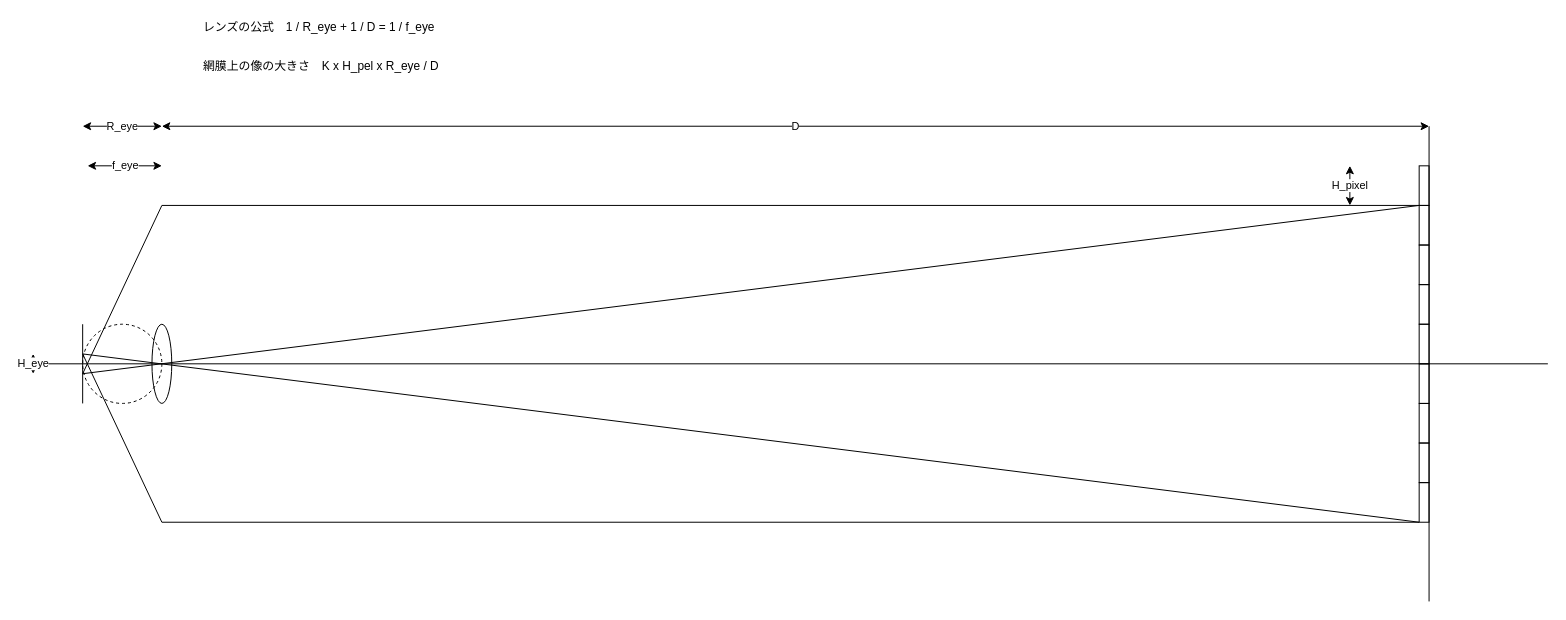
Before: page "normal" (1 of 3) of Untitled Diagram.drawio in ctsutake/opt, a draw.io diagram. Source tidied: cells renumbered, new cells numbered last; positions are measured from the earlier drawing's top-left corner, leaving out a move shared by most shapes. Both pictures are drawn from the tidied source at 99%, with x=0, y=0 at pixel (33, 17).
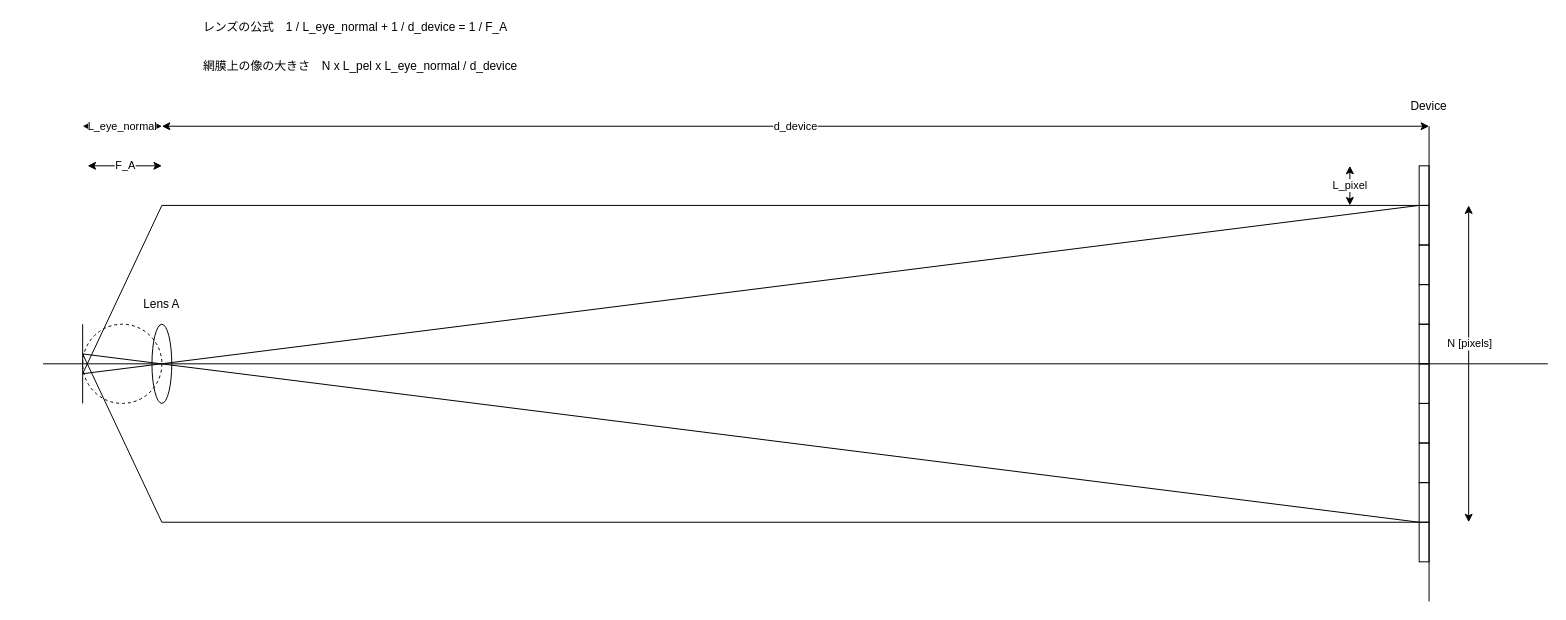
Above is the later version.

Diff of the diagram source:
```diff
@@
-    <mxCell id="5" value="D" style="endArrow=classic;startArrow=classic;html=1;strokeColor=#000000;strokeWidth=1;" parent="1" edge="1">
+    <mxCell id="5" value="d_device" style="endArrow=classic;startArrow=classic;html=1;strokeColor=#000000;strokeWidth=1;" parent="1" edge="1">
       <mxGeometry relative="1" as="geometry">
         <mxPoint x="130" y="110" as="sourcePoint" />
         <mxPoint x="1410" y="110" as="targetPoint" />
       </mxGeometry>
     </mxCell>
-    <mxCell id="6" value="R_eye" style="endArrow=classic;startArrow=classic;html=1;strokeColor=#000000;strokeWidth=1;" parent="1" edge="1">
+    <mxCell id="6" value="L_eye_normal" style="endArrow=classic;startArrow=classic;html=1;strokeColor=#000000;strokeWidth=1;" parent="1" edge="1">
       <mxGeometry relative="1" as="geometry">
         <mxPoint x="50" y="110" as="sourcePoint" />
         <mxPoint x="130" y="110" as="targetPoint" />
       </mxGeometry>
     </mxCell>
@@
-    <mxCell id="9" value="H_pixel" style="endArrow=classic;startArrow=classic;html=1;strokeColor=#000000;strokeWidth=1;" parent="1" edge="1">
+    <mxCell id="9" value="L_pixel" style="endArrow=classic;startArrow=classic;html=1;strokeColor=#000000;strokeWidth=1;" parent="1" edge="1">
       <mxGeometry relative="1" as="geometry">
         <mxPoint x="1330" y="190" as="sourcePoint" />
         <mxPoint x="1330" y="150" as="targetPoint" />
       </mxGeometry>
     </mxCell>
@@
-    <mxCell id="25" value="f_eye" style="endArrow=classic;startArrow=classic;html=1;strokeColor=#000000;strokeWidth=1;startFill=1;targetPerimeterSpacing=0;" parent="1" edge="1">
+    <mxCell id="25" value="F_A" style="endArrow=classic;startArrow=classic;html=1;strokeColor=#000000;strokeWidth=1;startFill=1;targetPerimeterSpacing=0;" parent="1" edge="1">
       <mxGeometry relative="1" as="geometry">
         <mxPoint x="55" y="150" as="sourcePoint" />
         <mxPoint x="130" y="150" as="targetPoint" />
       </mxGeometry>
     </mxCell>
-    <mxCell id="26" value="H_eye" style="endArrow=classic;html=1;strokeColor=#000000;startArrow=classic;startFill=1;" parent="1" edge="1">
-      <mxGeometry relative="1" as="geometry">
-        <mxPoint y="360" as="sourcePoint" />
-        <mxPoint y="340" as="targetPoint" />
-      </mxGeometry>
-    </mxCell>
-    <mxCell id="27" value="レンズの公式　1 / R_eye + 1 / D = 1 / f_eye" style="text;html=1;strokeColor=none;fillColor=none;align=left;verticalAlign=middle;whiteSpace=wrap;rounded=0;" parent="1" vertex="1">
-      <mxGeometry x="170" width="280" height="20" as="geometry" />
+    <mxCell id="27" value="レンズの公式　1 / L_eye_normal + 1 / d_device = 1 / F_A" style="text;html=1;strokeColor=none;fillColor=none;align=left;verticalAlign=middle;whiteSpace=wrap;rounded=0;" parent="1" vertex="1">
+      <mxGeometry x="170" width="320" height="20" as="geometry" />
     </mxCell>
-    <mxCell id="28" value="網膜上の像の大きさ　K x H_pel x R_eye / D &amp;nbsp;" style="text;html=1;strokeColor=none;fillColor=none;align=left;verticalAlign=middle;whiteSpace=wrap;rounded=0;" parent="1" vertex="1">
-      <mxGeometry x="170" y="40" width="280" height="20" as="geometry" />
+    <mxCell id="28" value="網膜上の像の大きさ　N x L_pel x L_eye_normal / d_device" style="text;html=1;strokeColor=none;fillColor=none;align=left;verticalAlign=middle;whiteSpace=wrap;rounded=0;" parent="1" vertex="1">
+      <mxGeometry x="170" y="40" width="320" height="20" as="geometry" />
     </mxCell>
+    <mxCell id="29" value="Lens A" style="text;html=1;strokeColor=none;fillColor=none;align=center;verticalAlign=middle;whiteSpace=wrap;rounded=0;" parent="1" vertex="1">
+      <mxGeometry x="110" y="280" width="40" height="20" as="geometry" />
+    </mxCell>
+    <mxCell id="30" value="Device" style="text;html=1;strokeColor=none;fillColor=none;align=center;verticalAlign=middle;whiteSpace=wrap;rounded=0;" parent="1" vertex="1">
+      <mxGeometry x="1390" y="80" width="40" height="20" as="geometry" />
+    </mxCell>
+    <mxCell id="31" style="rounded=0;whiteSpace=wrap;html=1;strokeWidth=1;fillColor=none;" parent="1" vertex="1">
+      <mxGeometry x="1400" y="510" width="10" height="40" as="geometry" />
+    </mxCell>
+    <mxCell id="32" style="endArrow=classic;startArrow=classic;html=1;strokeColor=#000000;" parent="1" edge="1">
+      <mxGeometry relative="1" as="geometry">
+        <mxPoint x="1450" y="510" as="sourcePoint" />
+        <mxPoint x="1450" y="190" as="targetPoint" />
+      </mxGeometry>
+    </mxCell>
+    <mxCell id="33" value="N [pixels]" style="edgeLabel;html=1;align=center;verticalAlign=middle;" parent="32" vertex="1">
+      <mxGeometry x="0.13" relative="1" as="geometry" />
+    </mxCell>
```
